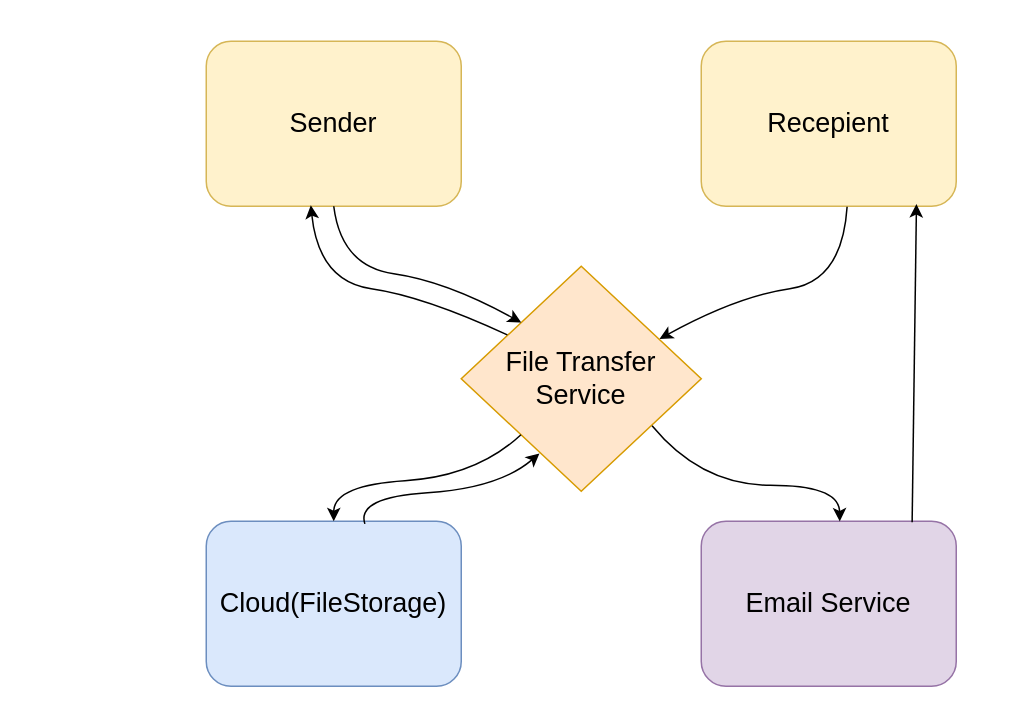
The draw.io diagram file_exchanger/docs/context.drawio in zenderio-dev/vesnin1, before the edit. Source tidied: cells renumbered, new cells numbered last; positions are measured from the earlier drawing's top-left corner, leaving out a move shared by most shapes. Both pictures are drawn from the tidied source at 150%, with x=0, y=0 at pixel (206, 40).
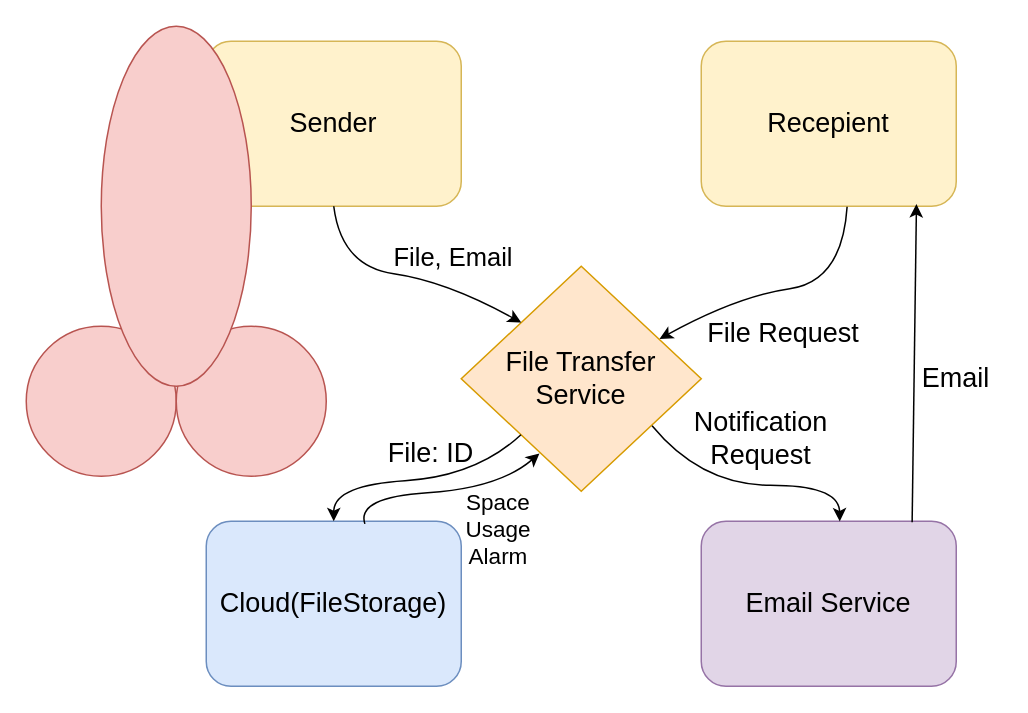
Above is the later version.

Commit message:
chore remake diagram

The change refers to these unchanged cells:
```xml
<mxCell id="2" value="File Transfer Service" style="rhombus;whiteSpace=wrap;html=1;fontSize=18;fillColor=#ffe6cc;strokeColor=#d79b00;" parent="1" vertex="1">
  <mxGeometry x="170" y="150" width="160" height="150" as="geometry" />
</mxCell>
<mxCell id="3" value="Sender" style="rounded=1;whiteSpace=wrap;html=1;fontSize=18;fillColor=#fff2cc;strokeColor=#d6b656;" parent="1" vertex="1">
  <mxGeometry width="170" height="110" as="geometry" />
</mxCell>
```

The edit, as a diff of the source:
```diff
@@
-    <mxCell id="8" style="curved=1;endArrow=none;html=1;rounded=0;entryX=0.192;entryY=0.305;entryDx=0;entryDy=0;exitX=0.41;exitY=0.994;exitDx=0;exitDy=0;exitPerimeter=0;endFill=0;startArrow=classic;startFill=1;entryPerimeter=0;fontSize=18;" parent="1" edge="1" source="3" target="2">
-      <mxGeometry relative="1" as="geometry">
-        <Array as="points">
-          <mxPoint x="75" y="160" />
-          <mxPoint x="145" y="170" />
-        </Array>
-      </mxGeometry>
-    </mxCell>
@@
+    <mxCell id="14" value="&lt;font style=&quot;background-color: light-dark(#ffffff, var(--ge-dark-color, #121212)); font-size: 17px;&quot;&gt;File, Email&lt;/font&gt;" style="text;html=1;whiteSpace=wrap;strokeColor=none;fillColor=none;align=center;verticalAlign=middle;rounded=0;" parent="1" vertex="1">
+      <mxGeometry x="120" y="120" width="90" height="50" as="geometry" />
+    </mxCell>
+    <mxCell id="15" value="&lt;font style=&quot;font-size: 18px; background-color: light-dark(#ffffff, var(--ge-dark-color, #121212));&quot;&gt;File Request&lt;/font&gt;" style="text;html=1;whiteSpace=wrap;strokeColor=none;fillColor=none;align=center;verticalAlign=middle;rounded=0;" parent="1" vertex="1">
+      <mxGeometry x="330" y="180" width="110" height="30" as="geometry" />
+    </mxCell>
+    <mxCell id="16" value="&lt;font style=&quot;font-size: 18px; background-color: light-dark(#ffffff, var(--ge-dark-color, #121212));&quot;&gt;Notification Request&lt;/font&gt;" style="text;html=1;whiteSpace=wrap;strokeColor=none;fillColor=none;align=center;verticalAlign=middle;rounded=0;" parent="1" vertex="1">
+      <mxGeometry x="340" y="250" width="60" height="30" as="geometry" />
+    </mxCell>
+    <mxCell id="17" value="&lt;font style=&quot;font-size: 18px;&quot;&gt;Email&lt;/font&gt;" style="text;html=1;whiteSpace=wrap;strokeColor=none;fillColor=none;align=center;verticalAlign=middle;rounded=0;" parent="1" vertex="1">
+      <mxGeometry x="470" y="210" width="60" height="30" as="geometry" />
+    </mxCell>
+    <mxCell id="18" value="&lt;font style=&quot;font-size: 18px;&quot;&gt;File: ID&lt;/font&gt;" style="text;html=1;whiteSpace=wrap;strokeColor=none;fillColor=none;align=center;verticalAlign=middle;rounded=0;" parent="1" vertex="1">
+      <mxGeometry x="120" y="260" width="60" height="30" as="geometry" />
+    </mxCell>
+    <mxCell id="19" value="&lt;font style=&quot;font-size: 15px;&quot;&gt;Space Usage Alarm&lt;/font&gt;" style="text;html=1;whiteSpace=wrap;strokeColor=none;fillColor=none;align=center;verticalAlign=middle;rounded=0;" parent="1" vertex="1">
+      <mxGeometry x="160" y="300" width="70" height="50" as="geometry" />
+    </mxCell>
+    <mxCell id="20" style="ellipse;whiteSpace=wrap;html=1;fillColor=#f8cecc;strokeColor=#b85450;" parent="1" vertex="1">
+      <mxGeometry x="-120" y="190" width="100" height="100" as="geometry" />
+    </mxCell>
+    <mxCell id="21" style="ellipse;whiteSpace=wrap;html=1;fillColor=#f8cecc;strokeColor=#b85450;" parent="1" vertex="1">
+      <mxGeometry x="-20" y="190" width="100" height="100" as="geometry" />
+    </mxCell>
+    <mxCell id="22" style="ellipse;whiteSpace=wrap;html=1;fillColor=#f8cecc;strokeColor=#b85450;" parent="1" vertex="1">
+      <mxGeometry x="-70" y="-10" width="100" height="240" as="geometry" />
+    </mxCell>
```
